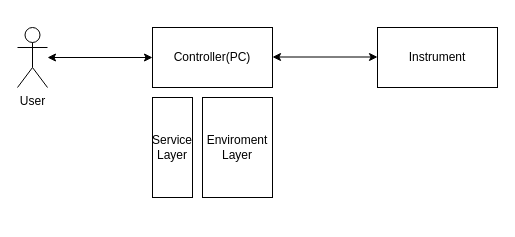
Above: page "local-instance" (3 of 5) of new architecture.drawio in vanguoo/Keithley-2400-6221-2182A-measurments (draw.io), before the change. Source tidied: cells renumbered, new cells numbered last; positions are measured from the earlier drawing's top-left corner, leaving out a move shared by most shapes. Both pictures are drawn from the tidied source at 100%, with x=0, y=0 at pixel (17, 27).
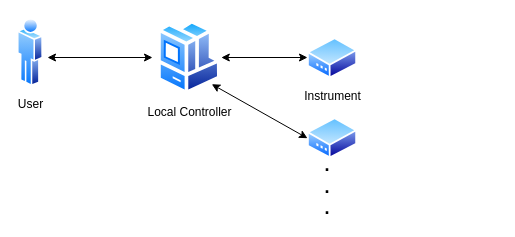
The same diagram, later.

Diff of the diagram source:
```diff
@@
 <mxGraphModel>
   <root>
     <mxCell id="0" />
     <mxCell id="1" parent="0" />
+    <mxCell id="5" style="endArrow=classic;startArrow=classic;html=1;entryX=0;entryY=0.5;entryDx=0;entryDy=0;" parent="1" edge="1">
+      <mxGeometry relative="1" as="geometry">
+        <mxPoint x="30" y="30" as="sourcePoint" />
+        <mxPoint x="135" y="30" as="targetPoint" />
+      </mxGeometry>
+    </mxCell>
+    <mxCell id="9" value="Local Controller" style="perimeter=ellipsePerimeter;html=1;align=center;shadow=0;dashed=0;spacingTop=3;image;image=img/lib/active_directory/workstation_client.svg;rounded=0;fillColor=none;" parent="1" vertex="1">
+      <mxGeometry x="140" y="-7.5" width="63.8" height="75" as="geometry" />
+    </mxCell>
-    <mxCell id="2" value="User" style="shape=umlActor;verticalLabelPosition=bottom;verticalAlign=top;html=1;outlineConnect=0;fillColor=none;" parent="1" vertex="1">
-      <mxGeometry width="30" height="60" as="geometry" />
+    <mxCell id="2" value="User" style="perimeter=ellipsePerimeter;html=1;align=center;shadow=0;dashed=0;spacingTop=3;image;image=img/lib/active_directory/user.svg;rounded=0;fillColor=none;" parent="1" vertex="1">
+      <mxGeometry y="-10" width="25.9" height="70" as="geometry" />
     </mxCell>
-    <mxCell id="3" value="Controller(PC)" style="rounded=0;whiteSpace=wrap;html=1;fillColor=none;" parent="1" vertex="1">
-      <mxGeometry x="135" width="120" height="60" as="geometry" />
-    </mxCell>
+    <mxCell id="10" style="endArrow=classic;startArrow=classic;html=1;entryX=0;entryY=0.5;entryDx=0;entryDy=0;exitX=1;exitY=0.5;exitDx=0;exitDy=0;" parent="1" edge="1" source="9">
+      <mxGeometry relative="1" as="geometry">
+        <mxPoint x="290" y="30" as="targetPoint" />
+      </mxGeometry>
+    </mxCell>
-    <mxCell id="4" value="Instrument" style="rounded=0;whiteSpace=wrap;html=1;fillColor=none;" parent="1" vertex="1">
-      <mxGeometry x="360" width="120" height="60" as="geometry" />
+    <mxCell id="4" value="Instrument" style="perimeter=ellipsePerimeter;html=1;align=center;shadow=0;dashed=0;spacingTop=3;image;image=img/lib/active_directory/modem.svg;rounded=0;fillColor=none;" parent="1" vertex="1">
+      <mxGeometry x="290" y="10" width="50" height="41.5" as="geometry" />
     </mxCell>
-    <mxCell id="5" style="endArrow=classic;startArrow=classic;html=1;entryX=0;entryY=0.5;entryDx=0;entryDy=0;" parent="1" edge="1" source="2" target="3">
-      <mxGeometry relative="1" as="geometry" />
-    </mxCell>
-    <mxCell id="6" style="endArrow=classic;startArrow=classic;html=1;entryX=0;entryY=0.5;entryDx=0;entryDy=0;" parent="1" edge="1">
-      <mxGeometry relative="1" as="geometry">
-        <mxPoint x="255" y="29.5" as="sourcePoint" />
-        <mxPoint x="360" y="29.5" as="targetPoint" />
-      </mxGeometry>
-    </mxCell>
-    <mxCell id="7" value="Service Layer" style="rounded=0;whiteSpace=wrap;html=1;fillColor=none;" parent="1" vertex="1">
-      <mxGeometry x="135" y="70" width="40" height="100" as="geometry" />
-    </mxCell>
-    <mxCell id="8" value="Enviroment&lt;br&gt;Layer" style="rounded=0;whiteSpace=wrap;html=1;fillColor=none;" parent="1" vertex="1">
-      <mxGeometry x="185" y="70" width="70" height="100" as="geometry" />
-    </mxCell>
+    <mxCell id="11" style="perimeter=ellipsePerimeter;html=1;align=center;shadow=0;dashed=0;spacingTop=3;image;image=img/lib/active_directory/modem.svg;rounded=0;fillColor=none;" parent="1" vertex="1">
+      <mxGeometry x="290" y="90" width="50" height="41.5" as="geometry" />
+    </mxCell>
+    <mxCell id="12" style="endArrow=classic;startArrow=classic;html=1;entryX=0;entryY=0.5;entryDx=0;entryDy=0;exitX=1;exitY=1;exitDx=0;exitDy=0;" parent="1" edge="1" source="9" target="11">
+      <mxGeometry relative="1" as="geometry" />
+    </mxCell>
+    <mxCell id="13" value="&lt;font style=&quot;font-size: 18px&quot;&gt;&lt;b&gt;.&lt;br&gt;.&lt;br&gt;.&lt;/b&gt;&lt;/font&gt;" style="text;html=1;strokeColor=none;fillColor=none;align=center;verticalAlign=middle;whiteSpace=wrap;rounded=0;sketch=0;" parent="1" vertex="1">
+      <mxGeometry x="290" y="150" width="40" height="20" as="geometry" />
+    </mxCell>
   </root>
 </mxGraphModel>
```
